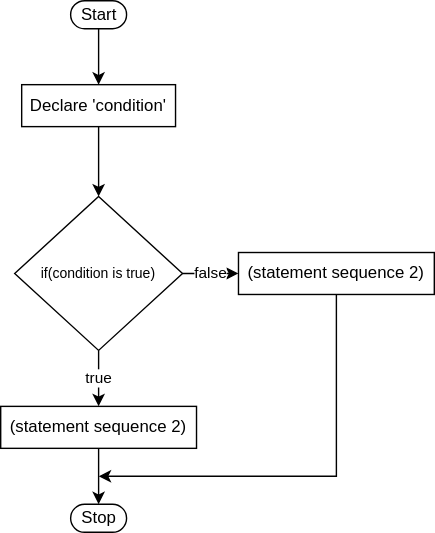
The draw.io diagram 2binary/drawio/task1/diagram1.drawio.svg in amydevs/php-assignments, before a commit. Source tidied: cells renumbered, new cells last; positions are measured from the earlier drawing's top-left corner, leaving out a move shared by most shapes. Source of this version:
```xml
<mxGraphModel>
  <root>
    <mxCell id="0" />
    <mxCell id="1" parent="0" />
    <mxCell id="2" style="edgeStyle=orthogonalEdgeStyle;rounded=0;jettySize=auto;html=1;" parent="1" edge="1" source="3" target="9">
      <mxGeometry relative="1" as="geometry" />
    </mxCell>
    <mxCell id="3" value="Start" style="html=1;dashed=0;whitespace=wrap;shape=mxgraph.dfd.start;" parent="1" vertex="1">
      <mxGeometry x="50" width="40" height="20" as="geometry" />
    </mxCell>
    <mxCell id="4" style="edgeStyle=orthogonalEdgeStyle;rounded=0;jettySize=auto;html=1;" parent="1" edge="1" source="9" target="7">
      <mxGeometry relative="1" as="geometry" />
    </mxCell>
    <mxCell id="5" value="true" style="edgeStyle=orthogonalEdgeStyle;rounded=0;jettySize=auto;html=1;exitX=0.5;exitY=1;exitDx=0;exitDy=0;entryX=0.5;entryY=0;entryDx=0;entryDy=0;" parent="1" edge="1" source="7" target="13">
      <mxGeometry relative="1" as="geometry" />
    </mxCell>
    <mxCell id="6" value="false" style="edgeStyle=orthogonalEdgeStyle;rounded=0;jettySize=auto;html=1;entryX=0;entryY=0.5;entryDx=0;entryDy=0;" parent="1" edge="1" source="7" target="11">
      <mxGeometry relative="1" as="geometry" />
    </mxCell>
    <mxCell id="7" value="&lt;font style=&quot;font-size: 10px&quot;&gt;if(condition is true)&lt;/font&gt;" style="rhombus;whiteSpace=wrap;html=1;" parent="1" vertex="1">
      <mxGeometry x="10" y="140" width="120" height="110" as="geometry" />
    </mxCell>
    <mxCell id="8" value="Stop" style="html=1;dashed=0;whitespace=wrap;shape=mxgraph.dfd.start;" parent="1" vertex="1">
      <mxGeometry x="50" y="360" width="40" height="20" as="geometry" />
    </mxCell>
    <mxCell id="9" value="Declare 'condition'&amp;nbsp;" style="rounded=0;whiteSpace=wrap;html=1;" parent="1" vertex="1">
      <mxGeometry x="15" y="60" width="110" height="30" as="geometry" />
    </mxCell>
    <mxCell id="10" style="edgeStyle=orthogonalEdgeStyle;rounded=0;jettySize=auto;html=1;exitX=0.5;exitY=1;exitDx=0;exitDy=0;" parent="1" edge="1" source="11">
      <mxGeometry relative="1" as="geometry">
        <mxPoint x="70" y="340" as="targetPoint" />
        <Array as="points">
          <mxPoint x="240" y="340" />
        </Array>
      </mxGeometry>
    </mxCell>
    <mxCell id="11" value="(statement sequence 2)" style="rounded=0;whiteSpace=wrap;html=1;" parent="1" vertex="1">
      <mxGeometry x="170" y="180" width="140" height="30" as="geometry" />
    </mxCell>
    <mxCell id="12" style="edgeStyle=orthogonalEdgeStyle;rounded=0;jettySize=auto;html=1;" parent="1" edge="1" source="13" target="8">
      <mxGeometry relative="1" as="geometry" />
    </mxCell>
    <mxCell id="13" value="(statement sequence 2)" style="rounded=0;whiteSpace=wrap;html=1;" parent="1" vertex="1">
      <mxGeometry y="290" width="140" height="30" as="geometry" />
    </mxCell>
  </root>
</mxGraphModel>
```
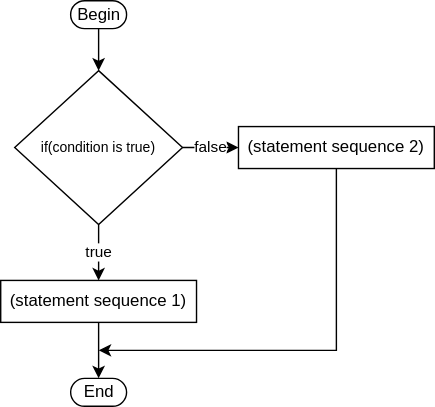
Above is the later version.

Change to the diagram source:
```diff
@@ -2,15 +2,12 @@
   <root>
     <mxCell id="0" />
     <mxCell id="1" parent="0" />
-    <mxCell id="2" style="edgeStyle=orthogonalEdgeStyle;rounded=0;jettySize=auto;html=1;" parent="1" edge="1" source="3" target="9">
-      <mxGeometry relative="1" as="geometry" />
-    </mxCell>
+    <mxCell id="14" style="edgeStyle=orthogonalEdgeStyle;rounded=0;jettySize=auto;html=1;" parent="1" edge="1" source="3" target="7">
+      <mxGeometry relative="1" as="geometry" />
+    </mxCell>
-    <mxCell id="3" value="Start" style="html=1;dashed=0;whitespace=wrap;shape=mxgraph.dfd.start;" parent="1" vertex="1">
-      <mxGeometry x="50" width="40" height="20" as="geometry" />
+    <mxCell id="3" value="Begin" style="html=1;dashed=0;whitespace=wrap;shape=mxgraph.dfd.start;" parent="1" vertex="1">
+      <mxGeometry x="50" y="90" width="40" height="20" as="geometry" />
     </mxCell>
-    <mxCell id="4" style="edgeStyle=orthogonalEdgeStyle;rounded=0;jettySize=auto;html=1;" parent="1" edge="1" source="9" target="7">
-      <mxGeometry relative="1" as="geometry" />
-    </mxCell>
     <mxCell id="5" value="true" style="edgeStyle=orthogonalEdgeStyle;rounded=0;jettySize=auto;html=1;exitX=0.5;exitY=1;exitDx=0;exitDy=0;entryX=0.5;entryY=0;entryDx=0;entryDy=0;" parent="1" edge="1" source="7" target="13">
       <mxGeometry relative="1" as="geometry" />
     </mxCell>
@@ -20,12 +17,9 @@
     <mxCell id="7" value="&lt;font style=&quot;font-size: 10px&quot;&gt;if(condition is true)&lt;/font&gt;" style="rhombus;whiteSpace=wrap;html=1;" parent="1" vertex="1">
       <mxGeometry x="10" y="140" width="120" height="110" as="geometry" />
     </mxCell>
-    <mxCell id="8" value="Stop" style="html=1;dashed=0;whitespace=wrap;shape=mxgraph.dfd.start;" parent="1" vertex="1">
+    <mxCell id="8" value="End" style="html=1;dashed=0;whitespace=wrap;shape=mxgraph.dfd.start;" parent="1" vertex="1">
       <mxGeometry x="50" y="360" width="40" height="20" as="geometry" />
     </mxCell>
-    <mxCell id="9" value="Declare 'condition'&amp;nbsp;" style="rounded=0;whiteSpace=wrap;html=1;" parent="1" vertex="1">
-      <mxGeometry x="15" y="60" width="110" height="30" as="geometry" />
-    </mxCell>
     <mxCell id="10" style="edgeStyle=orthogonalEdgeStyle;rounded=0;jettySize=auto;html=1;exitX=0.5;exitY=1;exitDx=0;exitDy=0;" parent="1" edge="1" source="11">
       <mxGeometry relative="1" as="geometry">
         <mxPoint x="70" y="340" as="targetPoint" />
@@ -40,7 +34,7 @@
     <mxCell id="12" style="edgeStyle=orthogonalEdgeStyle;rounded=0;jettySize=auto;html=1;" parent="1" edge="1" source="13" target="8">
       <mxGeometry relative="1" as="geometry" />
     </mxCell>
-    <mxCell id="13" value="(statement sequence 2)" style="rounded=0;whiteSpace=wrap;html=1;" parent="1" vertex="1">
+    <mxCell id="13" value="(statement sequence 1)" style="rounded=0;whiteSpace=wrap;html=1;" parent="1" vertex="1">
       <mxGeometry y="290" width="140" height="30" as="geometry" />
     </mxCell>
   </root>
```
